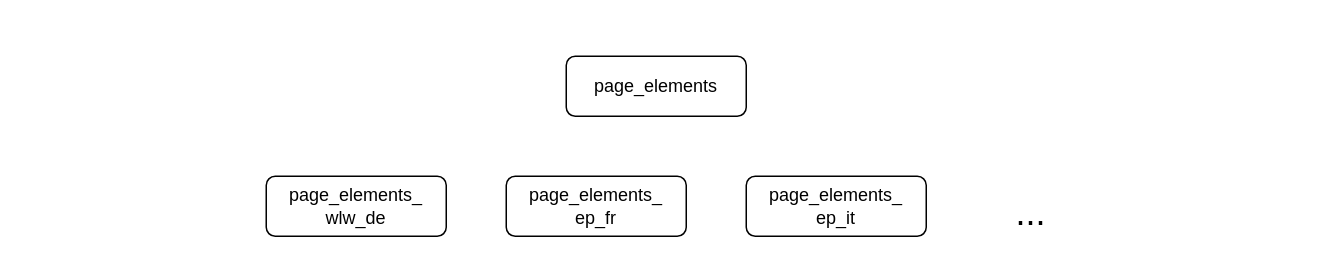
Earlier version of the draw.io diagram drawio/page_elements.drawio (VisableHarry/seo-drawio). Source tidied: cells renumbered, new cells numbered last; positions are measured from the earlier drawing's top-left corner, leaving out a move shared by most shapes. Both pictures are drawn from the tidied source at 150%, with x=0, y=0 at pixel (266, 56).
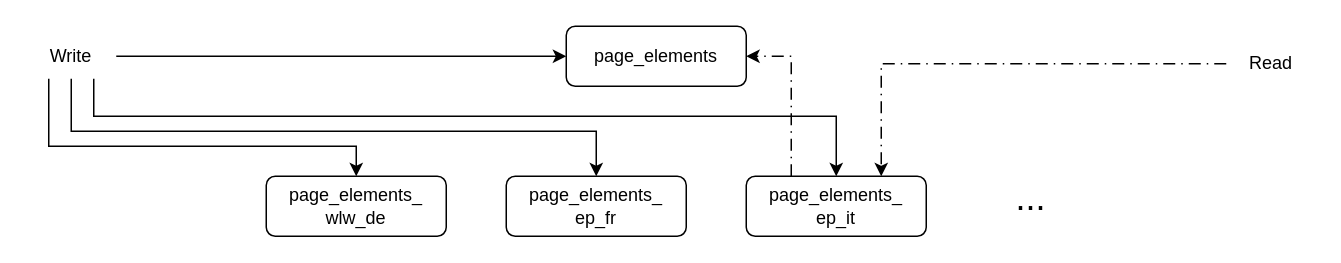
Above is the later version.

What changed in the source:
```diff
@@
 <mxGraphModel>
   <root>
     <mxCell id="0" />
     <mxCell id="1" parent="0" />
     <mxCell id="2" value="page_elements" style="rounded=1;whiteSpace=wrap;html=1;" parent="1" vertex="1">
-      <mxGeometry x="200" width="120" height="40" as="geometry" />
+      <mxGeometry x="200" y="-20" width="120" height="40" as="geometry" />
     </mxCell>
     <mxCell id="3" value="page_elements_&lt;div&gt;wlw_de&lt;/div&gt;" style="rounded=1;whiteSpace=wrap;html=1;" parent="1" vertex="1">
       <mxGeometry y="80" width="120" height="40" as="geometry" />
     </mxCell>
     <mxCell id="4" value="page_elements_&lt;div&gt;ep_fr&lt;/div&gt;" style="rounded=1;whiteSpace=wrap;html=1;" parent="1" vertex="1">
       <mxGeometry x="160" y="80" width="120" height="40" as="geometry" />
     </mxCell>
+    <mxCell id="7" style="edgeStyle=orthogonalEdgeStyle;rounded=0;jettySize=auto;html=1;exitX=0.25;exitY=0;exitDx=0;exitDy=0;entryX=1;entryY=0.5;entryDx=0;entryDy=0;dashed=1;dashPattern=8 4 1 4;" parent="1" edge="1" source="5" target="2">
+      <mxGeometry relative="1" as="geometry" />
+    </mxCell>
     <mxCell id="5" value="page_elements_&lt;div&gt;ep_it&lt;/div&gt;" style="rounded=1;whiteSpace=wrap;html=1;" parent="1" vertex="1">
       <mxGeometry x="320" y="80" width="120" height="40" as="geometry" />
     </mxCell>
     <mxCell id="6" value="&lt;font style=&quot;font-size: 24px;&quot;&gt;...&lt;/font&gt;" style="text;html=1;whiteSpace=wrap;strokeColor=none;fillColor=none;align=center;verticalAlign=middle;rounded=0;" parent="1" vertex="1">
-      <mxGeometry x="480" y="90" width="60" height="30" as="geometry" />
+      <mxGeometry x="480" y="80" width="60" height="30" as="geometry" />
     </mxCell>
+    <mxCell id="8" style="edgeStyle=orthogonalEdgeStyle;rounded=0;jettySize=auto;html=1;entryX=0;entryY=0.5;entryDx=0;entryDy=0;" parent="1" edge="1" source="12" target="2">
+      <mxGeometry relative="1" as="geometry" />
+    </mxCell>
+    <mxCell id="9" style="edgeStyle=orthogonalEdgeStyle;rounded=0;jettySize=auto;html=1;exitX=0.75;exitY=1;exitDx=0;exitDy=0;entryX=0.5;entryY=0;entryDx=0;entryDy=0;" parent="1" edge="1" source="12" target="5">
+      <mxGeometry relative="1" as="geometry">
+        <Array as="points">
+          <mxPoint x="-115" y="40" />
+          <mxPoint x="380" y="40" />
+        </Array>
+      </mxGeometry>
+    </mxCell>
+    <mxCell id="10" style="edgeStyle=orthogonalEdgeStyle;rounded=0;jettySize=auto;html=1;exitX=0.5;exitY=1;exitDx=0;exitDy=0;entryX=0.5;entryY=0;entryDx=0;entryDy=0;" parent="1" edge="1" source="12" target="4">
+      <mxGeometry relative="1" as="geometry">
+        <Array as="points">
+          <mxPoint x="-130" y="50" />
+          <mxPoint x="220" y="50" />
+        </Array>
+      </mxGeometry>
+    </mxCell>
+    <mxCell id="11" style="edgeStyle=orthogonalEdgeStyle;rounded=0;jettySize=auto;html=1;exitX=0.25;exitY=1;exitDx=0;exitDy=0;entryX=0.5;entryY=0;entryDx=0;entryDy=0;" parent="1" edge="1" source="12" target="3">
+      <mxGeometry relative="1" as="geometry">
+        <Array as="points">
+          <mxPoint x="-145" y="60" />
+        </Array>
+      </mxGeometry>
+    </mxCell>
+    <mxCell id="12" value="Write" style="text;html=1;whiteSpace=wrap;strokeColor=none;fillColor=none;align=center;verticalAlign=middle;rounded=0;" parent="1" vertex="1">
+      <mxGeometry x="-160" y="-15" width="60" height="30" as="geometry" />
+    </mxCell>
+    <mxCell id="13" style="edgeStyle=orthogonalEdgeStyle;rounded=0;jettySize=auto;html=1;entryX=0.75;entryY=0;entryDx=0;entryDy=0;dashed=1;dashPattern=8 4 1 4;" parent="1" edge="1" source="14" target="5">
+      <mxGeometry relative="1" as="geometry" />
+    </mxCell>
+    <mxCell id="14" value="Read" style="text;html=1;whiteSpace=wrap;strokeColor=none;fillColor=none;align=center;verticalAlign=middle;rounded=0;" parent="1" vertex="1">
+      <mxGeometry x="640" y="-10" width="60" height="30" as="geometry" />
+    </mxCell>
   </root>
 </mxGraphModel>
```
